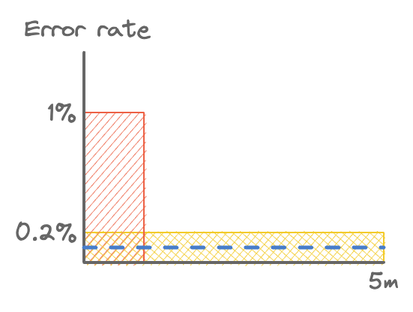
Above: public/assets/alerting/fp-spike.png in ThomWright/ThomWright.github.io (Excalidraw), before the change. Source tidied: one line per element, renumbered; positions are measured from the earlier drawing's top-left corner, leaving out a move shared by most shapes.
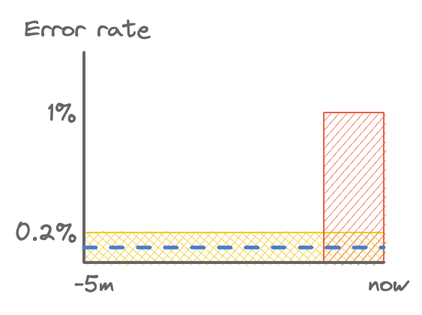
Later version of the same file.

Change to the diagram source:
```diff
@@ -1,9 +1,10 @@
 {"id": 0, "type": "rectangle", "strokeColor": "#f3cb2b", "backgroundColor": "#f5d451", "fillStyle": "cross-hatch", "strokeWidth": 1, "roughness": 0, "x": 46, "y": 145, "width": 200, "height": 20}
-{"id": 1, "type": "rectangle", "strokeColor": "#ed6145", "backgroundColor": "#f0816a", "fillStyle": "hachure", "strokeWidth": 1, "roughness": 0, "x": 46, "y": 65, "width": 40, "height": 100}
+{"id": 1, "type": "rectangle", "strokeColor": "#ed6145", "backgroundColor": "#f0816a", "fillStyle": "hachure", "strokeWidth": 1, "roughness": 0, "x": 206, "y": 65, "width": 40, "height": 100}
 {"id": 2, "type": "line", "strokeColor": "#666", "strokeWidth": 2, "roughness": 0, "round": true, "x": 46, "y": 165, "width": 0, "height": 140, "points": [[0, 0], [0, -140]]}
-{"id": 3, "type": "text", "text": "5m", "strokeColor": "#666", "backgroundColor": "#f0816a", "fillStyle": "cross-hatch", "strokeWidth": 1, "roughness": 0, "fontSize": 16, "fontFamily": 1, "x": 236, "y": 168, "width": 20, "height": 20}
+{"id": 3, "type": "text", "text": "now", "strokeColor": "#666", "backgroundColor": "#f0816a", "fillStyle": "cross-hatch", "strokeWidth": 1, "roughness": 0, "fontSize": 16, "fontFamily": 1, "x": 236, "y": 170, "width": 26, "height": 20}
 {"id": 4, "type": "text", "text": "0.2%", "strokeColor": "#666", "backgroundColor": "#f0816a", "fillStyle": "cross-hatch", "strokeWidth": 1, "roughness": 0, "fontSize": 16, "fontFamily": 1, "x": 0, "y": 136, "width": 42, "height": 20}
 {"id": 5, "type": "text", "text": "Error rate", "strokeColor": "#666", "strokeWidth": 1, "strokeStyle": "dotted", "roughness": 0, "fontSize": 16, "fontFamily": 1, "x": 6, "y": 0, "width": 84, "height": 20}
 {"id": 6, "type": "text", "text": "1%", "strokeColor": "#666", "backgroundColor": "#f0816a", "fillStyle": "cross-hatch", "strokeWidth": 1, "roughness": 0, "fontSize": 16, "fontFamily": 1, "x": 22, "y": 56, "width": 19, "height": 20}
 {"id": 7, "type": "line", "strokeColor": "#666", "strokeWidth": 2, "roughness": 0, "round": true, "x": 46, "y": 165, "width": 200, "height": 0, "points": [[0, 0], [200, 0]]}
 {"id": 8, "type": "line", "strokeColor": "#477dca", "backgroundColor": "#fab005", "fillStyle": "hachure", "strokeWidth": 2, "strokeStyle": "dashed", "roughness": 0, "x": 46, "y": 155, "width": 200, "height": 0, "points": [[0, 0], [200, 0]]}
+{"id": 9, "type": "text", "text": "-5m", "strokeColor": "#666", "backgroundColor": "#f0816a", "fillStyle": "cross-hatch", "strokeWidth": 1, "roughness": 0, "fontSize": 16, "fontFamily": 1, "x": 40, "y": 170, "width": 27, "height": 20}
```
